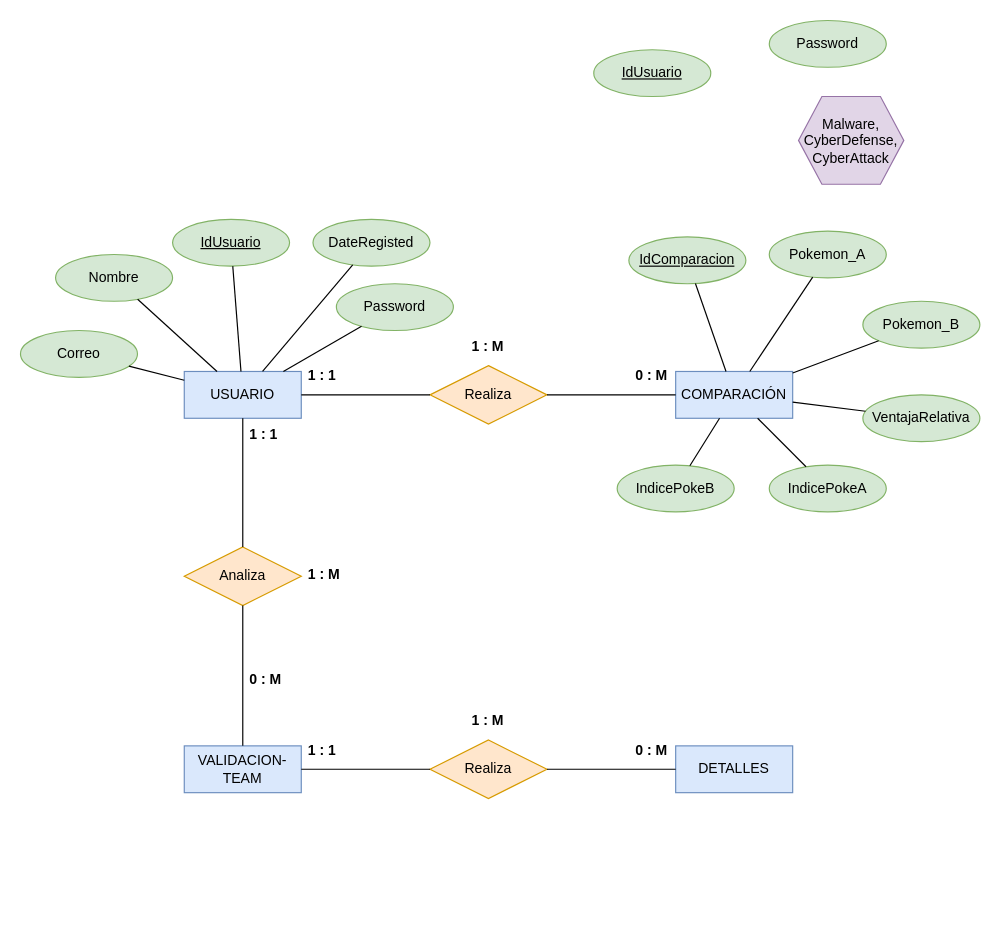
This is ERD_CoreSystem.drawio from AngelDavidStudios/Diagramas_BdD_1, a draw.io file, before an edit. Source tidied: cells renumbered, new cells numbered last; positions are measured from the earlier drawing's top-left corner, leaving out a move shared by most shapes. Both pictures are drawn from the tidied source at 117%, with x=0, y=0 at pixel (20, 20).
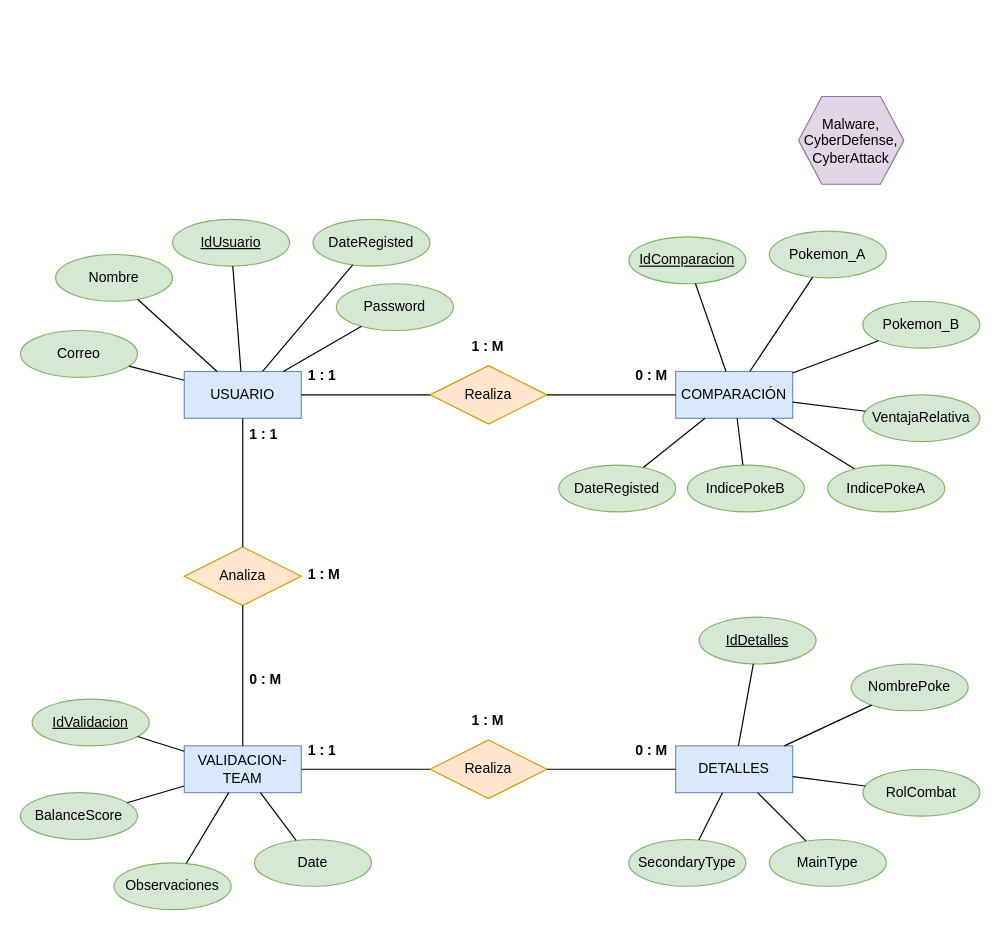
After the change.

The change refers to these unchanged cells:
```xml
<mxCell id="4" value="COMPARACIÓN" style="whiteSpace=wrap;html=1;align=center;fillColor=#dae8fc;strokeColor=#6c8ebf;" parent="1" vertex="1">
  <mxGeometry x="560" y="300" width="100" height="40" as="geometry" />
</mxCell>
<mxCell id="7" value="VALIDACION-TEAM" style="whiteSpace=wrap;html=1;align=center;fillColor=#dae8fc;strokeColor=#6c8ebf;" parent="1" vertex="1">
  <mxGeometry x="140" y="620" width="100" height="40" as="geometry" />
</mxCell>
<mxCell id="8" value="DETALLES" style="whiteSpace=wrap;html=1;align=center;fillColor=#dae8fc;strokeColor=#6c8ebf;" parent="1" vertex="1">
  <mxGeometry x="560" y="620" width="100" height="40" as="geometry" />
</mxCell>
```

Diff of the diagram source:
```diff
@@
-    <mxCell id="6" value="Password" style="ellipse;whiteSpace=wrap;html=1;align=center;fillColor=#d5e8d4;strokeColor=#82b366;" parent="1" vertex="1">
-      <mxGeometry x="640" width="100" height="40" as="geometry" />
-    </mxCell>
@@
-    <mxCell id="28" value="IdUsuario" style="ellipse;whiteSpace=wrap;html=1;align=center;fontStyle=4;fillColor=#d5e8d4;strokeColor=#82b366;" parent="1" vertex="1">
-      <mxGeometry x="490" y="25" width="100" height="40" as="geometry" />
-    </mxCell>
@@
     <mxCell id="43" value="IndicePokeA" style="ellipse;whiteSpace=wrap;html=1;align=center;fillColor=#d5e8d4;strokeColor=#82b366;" parent="1" vertex="1">
-      <mxGeometry x="640" y="380" width="100" height="40" as="geometry" />
+      <mxGeometry x="690" y="380" width="100" height="40" as="geometry" />
     </mxCell>
     <mxCell id="44" value="IndicePokeB" style="ellipse;whiteSpace=wrap;html=1;align=center;fillColor=#d5e8d4;strokeColor=#82b366;" parent="1" vertex="1">
-      <mxGeometry x="510" y="380" width="100" height="40" as="geometry" />
+      <mxGeometry x="570" y="380" width="100" height="40" as="geometry" />
     </mxCell>
@@
+    <mxCell id="49" value="DateRegisted" style="ellipse;whiteSpace=wrap;html=1;align=center;fillColor=#d5e8d4;strokeColor=#82b366;" parent="1" vertex="1">
+      <mxGeometry x="460" y="380" width="100" height="40" as="geometry" />
+    </mxCell>
+    <mxCell id="50" style="endArrow=none;html=1;rounded=0;" parent="1" edge="1" source="49" target="4">
+      <mxGeometry relative="1" as="geometry" />
+    </mxCell>
+    <mxCell id="51" value="IdValidacion" style="ellipse;whiteSpace=wrap;html=1;align=center;fontStyle=4;fillColor=#d5e8d4;strokeColor=#82b366;" parent="1" vertex="1">
+      <mxGeometry x="10" y="580" width="100" height="40" as="geometry" />
+    </mxCell>
+    <mxCell id="52" value="BalanceScore" style="ellipse;whiteSpace=wrap;html=1;align=center;fillColor=#d5e8d4;strokeColor=#82b366;" parent="1" vertex="1">
+      <mxGeometry y="660" width="100" height="40" as="geometry" />
+    </mxCell>
+    <mxCell id="53" value="Observaciones" style="ellipse;whiteSpace=wrap;html=1;align=center;fillColor=#d5e8d4;strokeColor=#82b366;" parent="1" vertex="1">
+      <mxGeometry x="80" y="720" width="100" height="40" as="geometry" />
+    </mxCell>
+    <mxCell id="54" value="Date" style="ellipse;whiteSpace=wrap;html=1;align=center;fillColor=#d5e8d4;strokeColor=#82b366;" parent="1" vertex="1">
+      <mxGeometry x="200" y="700" width="100" height="40" as="geometry" />
+    </mxCell>
+    <mxCell id="55" style="endArrow=none;html=1;rounded=0;" parent="1" edge="1" source="51" target="7">
+      <mxGeometry relative="1" as="geometry" />
+    </mxCell>
+    <mxCell id="56" style="endArrow=none;html=1;rounded=0;" parent="1" edge="1" source="52" target="7">
+      <mxGeometry relative="1" as="geometry" />
+    </mxCell>
+    <mxCell id="57" style="endArrow=none;html=1;rounded=0;" parent="1" edge="1" source="53" target="7">
+      <mxGeometry relative="1" as="geometry" />
+    </mxCell>
+    <mxCell id="58" style="endArrow=none;html=1;rounded=0;" parent="1" edge="1" source="7" target="54">
+      <mxGeometry relative="1" as="geometry" />
+    </mxCell>
+    <mxCell id="59" value="IdDetalles" style="ellipse;whiteSpace=wrap;html=1;align=center;fontStyle=4;fillColor=#d5e8d4;strokeColor=#82b366;" parent="1" vertex="1">
+      <mxGeometry x="580" y="510" width="100" height="40" as="geometry" />
+    </mxCell>
+    <mxCell id="60" value="NombrePoke" style="ellipse;whiteSpace=wrap;html=1;align=center;fillColor=#d5e8d4;strokeColor=#82b366;" parent="1" vertex="1">
+      <mxGeometry x="710" y="550" width="100" height="40" as="geometry" />
+    </mxCell>
+    <mxCell id="61" value="RolCombat" style="ellipse;whiteSpace=wrap;html=1;align=center;fillColor=#d5e8d4;strokeColor=#82b366;" parent="1" vertex="1">
+      <mxGeometry x="720" y="640" width="100" height="40" as="geometry" />
+    </mxCell>
+    <mxCell id="62" value="MainType" style="ellipse;whiteSpace=wrap;html=1;align=center;fillColor=#d5e8d4;strokeColor=#82b366;" parent="1" vertex="1">
+      <mxGeometry x="640" y="700" width="100" height="40" as="geometry" />
+    </mxCell>
+    <mxCell id="63" value="SecondaryType" style="ellipse;whiteSpace=wrap;html=1;align=center;fillColor=#d5e8d4;strokeColor=#82b366;" parent="1" vertex="1">
+      <mxGeometry x="520" y="700" width="100" height="40" as="geometry" />
+    </mxCell>
+    <mxCell id="64" style="endArrow=none;html=1;rounded=0;" parent="1" edge="1" source="63" target="8">
+      <mxGeometry relative="1" as="geometry" />
+    </mxCell>
+    <mxCell id="65" style="endArrow=none;html=1;rounded=0;" parent="1" edge="1" source="8" target="59">
+      <mxGeometry relative="1" as="geometry" />
+    </mxCell>
+    <mxCell id="66" style="endArrow=none;html=1;rounded=0;" parent="1" edge="1" source="8" target="60">
+      <mxGeometry relative="1" as="geometry" />
+    </mxCell>
+    <mxCell id="67" style="endArrow=none;html=1;rounded=0;" parent="1" edge="1" source="8" target="62">
+      <mxGeometry relative="1" as="geometry" />
+    </mxCell>
+    <mxCell id="68" style="endArrow=none;html=1;rounded=0;" parent="1" edge="1" source="61" target="8">
+      <mxGeometry relative="1" as="geometry" />
+    </mxCell>
```
